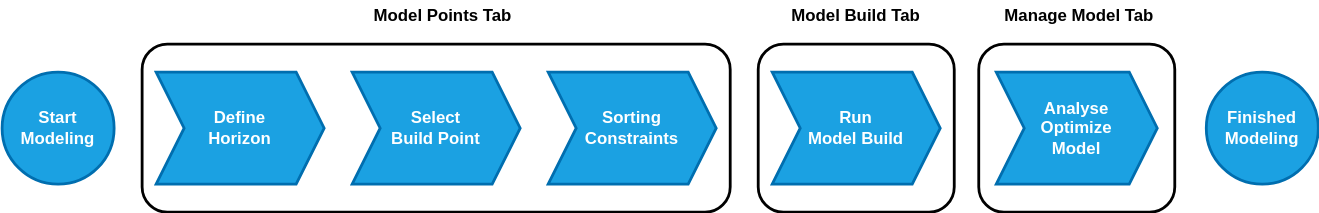
Above: docs/source/modeling/image/workflow.drawio.svg in mworion/MountWizzard4 (draw.io), before the change. Source tidied: cells renumbered, new cells last; positions are measured from the earlier drawing's top-left corner, leaving out a move shared by most shapes.
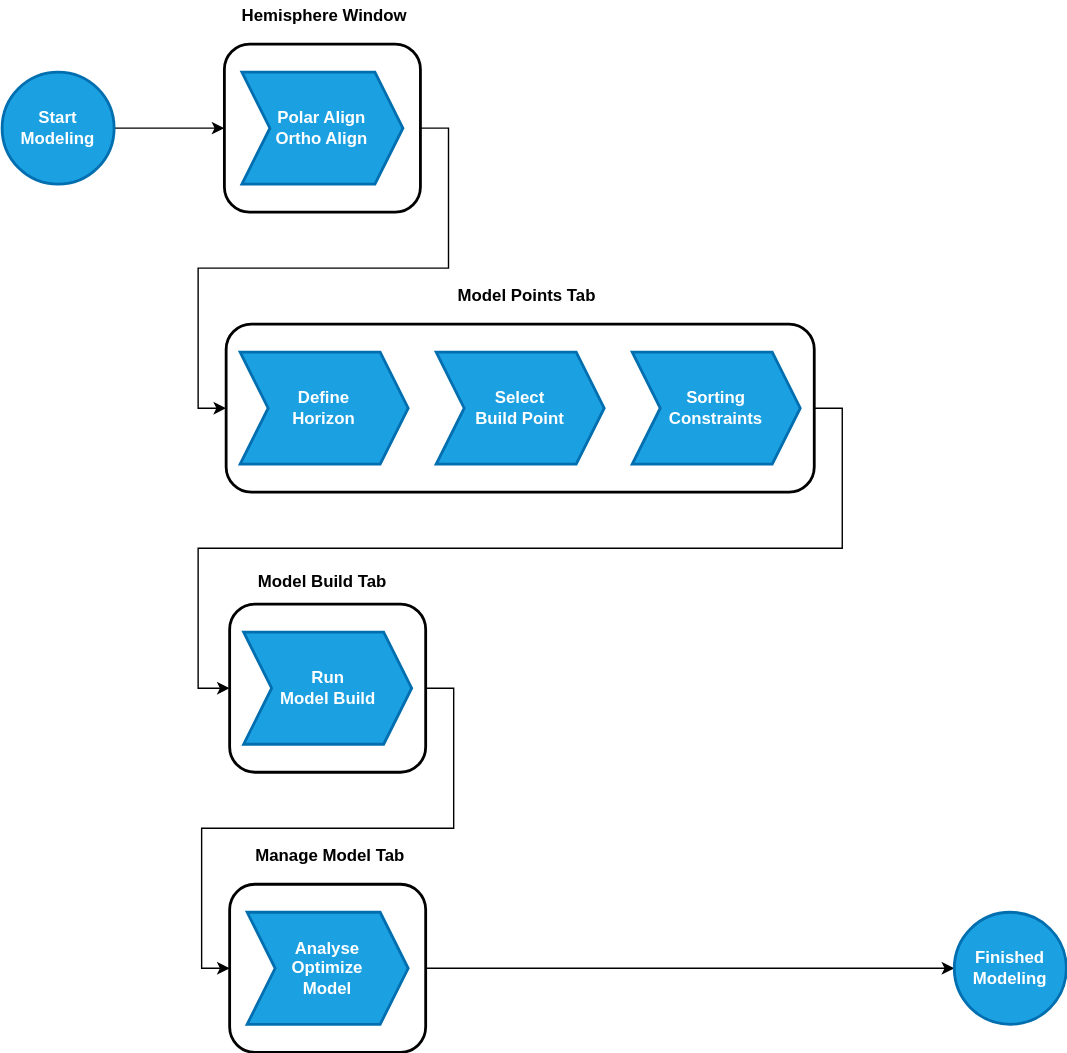
The same diagram one commit later.

Commit message:
adding information on polar alignment

The edit, as a diff of the source:
```diff
@@ -2,44 +2,68 @@
   <root>
     <mxCell id="0" />
     <mxCell id="1" parent="0" />
+    <mxCell id="15" style="edgeStyle=orthogonalEdgeStyle;rounded=0;jettySize=auto;html=1;exitX=1;exitY=0.5;exitDx=0;exitDy=0;entryX=0;entryY=0.5;entryDx=0;entryDy=0;" parent="1" edge="1" source="2" target="11">
+      <mxGeometry relative="1" as="geometry" />
+    </mxCell>
     <mxCell id="2" style="rounded=1;whiteSpace=wrap;html=1;fillColor=none;fontStyle=1;strokeWidth=2;" parent="1" vertex="1">
-      <mxGeometry x="697.5" y="30" width="140" height="120" as="geometry" />
+      <mxGeometry x="162.5" y="450" width="140" height="120" as="geometry" />
     </mxCell>
+    <mxCell id="16" style="edgeStyle=orthogonalEdgeStyle;rounded=0;jettySize=auto;html=1;exitX=1;exitY=0.5;exitDx=0;exitDy=0;entryX=0;entryY=0.5;entryDx=0;entryDy=0;" parent="1" edge="1" source="3" target="2">
+      <mxGeometry relative="1" as="geometry" />
+    </mxCell>
     <mxCell id="3" style="rounded=1;whiteSpace=wrap;html=1;fillColor=none;fontStyle=1;strokeWidth=2;" parent="1" vertex="1">
-      <mxGeometry x="540" y="30" width="140" height="120" as="geometry" />
+      <mxGeometry x="162.5" y="250" width="140" height="120" as="geometry" />
     </mxCell>
+    <mxCell id="17" style="edgeStyle=orthogonalEdgeStyle;rounded=0;jettySize=auto;html=1;exitX=1;exitY=0.5;exitDx=0;exitDy=0;entryX=0;entryY=0.5;entryDx=0;entryDy=0;" parent="1" edge="1" source="4" target="3">
+      <mxGeometry relative="1" as="geometry" />
+    </mxCell>
     <mxCell id="4" style="rounded=1;whiteSpace=wrap;html=1;fillColor=none;fontStyle=1;strokeWidth=2;" parent="1" vertex="1">
-      <mxGeometry x="100" y="30" width="420" height="120" as="geometry" />
+      <mxGeometry x="160" y="50" width="420" height="120" as="geometry" />
     </mxCell>
+    <mxCell id="18" style="edgeStyle=orthogonalEdgeStyle;rounded=0;jettySize=auto;html=1;exitX=1;exitY=0.5;exitDx=0;exitDy=0;entryX=0;entryY=0.5;entryDx=0;entryDy=0;" parent="1" edge="1" source="5" target="20">
+      <mxGeometry relative="1" as="geometry" />
+    </mxCell>
     <mxCell id="5" value="Start&lt;br&gt;Modeling" style="ellipse;whiteSpace=wrap;html=1;fontStyle=1;strokeWidth=2;fillColor=#1ba1e2;strokeColor=#006EAF;fontColor=#ffffff;" parent="1" vertex="1">
-      <mxGeometry y="50" width="80" height="80" as="geometry" />
+      <mxGeometry y="-130" width="80" height="80" as="geometry" />
     </mxCell>
     <mxCell id="6" value="Select &lt;br&gt;Build Point" style="shape=step;perimeter=stepPerimeter;whiteSpace=wrap;html=1;fixedSize=1;fontStyle=1;strokeWidth=2;fillColor=#1ba1e2;strokeColor=#006EAF;fontColor=#ffffff;" parent="1" vertex="1">
-      <mxGeometry x="250" y="50" width="120" height="80" as="geometry" />
+      <mxGeometry x="310" y="70" width="120" height="80" as="geometry" />
     </mxCell>
     <mxCell id="7" value="Define&lt;br&gt;Horizon&lt;br&gt;" style="shape=step;perimeter=stepPerimeter;whiteSpace=wrap;html=1;fixedSize=1;fontStyle=1;strokeWidth=2;fillColor=#1ba1e2;strokeColor=#006EAF;fontColor=#ffffff;" parent="1" vertex="1">
-      <mxGeometry x="110" y="50" width="120" height="80" as="geometry" />
+      <mxGeometry x="170" y="70" width="120" height="80" as="geometry" />
     </mxCell>
     <mxCell id="8" value="Sorting&lt;br&gt;Constraints" style="shape=step;perimeter=stepPerimeter;whiteSpace=wrap;html=1;fixedSize=1;fontStyle=1;strokeWidth=2;fillColor=#1ba1e2;strokeColor=#006EAF;fontColor=#ffffff;" parent="1" vertex="1">
-      <mxGeometry x="390" y="50" width="120" height="80" as="geometry" />
+      <mxGeometry x="450" y="70" width="120" height="80" as="geometry" />
     </mxCell>
     <mxCell id="9" value="Run&lt;br&gt;Model Build" style="shape=step;perimeter=stepPerimeter;whiteSpace=wrap;html=1;fixedSize=1;fontStyle=1;strokeWidth=2;fillColor=#1ba1e2;strokeColor=#006EAF;fontColor=#ffffff;" parent="1" vertex="1">
-      <mxGeometry x="550" y="50" width="120" height="80" as="geometry" />
+      <mxGeometry x="172.5" y="270" width="120" height="80" as="geometry" />
     </mxCell>
     <mxCell id="10" value="Analyse&lt;br&gt;Optimize&lt;br&gt;Model" style="shape=step;perimeter=stepPerimeter;whiteSpace=wrap;html=1;fixedSize=1;fontStyle=1;strokeWidth=2;fillColor=#1ba1e2;strokeColor=#006EAF;fontColor=#ffffff;" parent="1" vertex="1">
-      <mxGeometry x="710" y="50" width="115" height="80" as="geometry" />
+      <mxGeometry x="175" y="470" width="115" height="80" as="geometry" />
     </mxCell>
     <mxCell id="11" value="Finished Modeling" style="ellipse;whiteSpace=wrap;html=1;fontStyle=1;strokeWidth=2;fillColor=#1ba1e2;strokeColor=#006EAF;fontColor=#ffffff;" parent="1" vertex="1">
-      <mxGeometry x="860" y="50" width="80" height="80" as="geometry" />
+      <mxGeometry x="680" y="470" width="80" height="80" as="geometry" />
     </mxCell>
     <mxCell id="12" value="Model Points Tab" style="text;html=1;strokeColor=none;fillColor=none;align=center;verticalAlign=middle;whiteSpace=wrap;rounded=0;fontStyle=1;strokeWidth=2;" parent="1" vertex="1">
-      <mxGeometry x="110" width="410" height="20" as="geometry" />
+      <mxGeometry x="170" y="20" width="410" height="20" as="geometry" />
     </mxCell>
     <mxCell id="13" value="Model Build Tab" style="text;html=1;strokeColor=none;fillColor=none;align=center;verticalAlign=middle;whiteSpace=wrap;rounded=0;fontStyle=1;strokeWidth=2;" parent="1" vertex="1">
-      <mxGeometry x="540" width="140" height="20" as="geometry" />
+      <mxGeometry x="158.8" y="224" width="140" height="20" as="geometry" />
     </mxCell>
     <mxCell id="14" value="Manage Model Tab" style="text;html=1;strokeColor=none;fillColor=none;align=center;verticalAlign=middle;whiteSpace=wrap;rounded=0;fontStyle=1;strokeWidth=2;" parent="1" vertex="1">
-      <mxGeometry x="697.5" width="142.5" height="20" as="geometry" />
+      <mxGeometry x="162.5" y="420" width="142.5" height="20" as="geometry" />
     </mxCell>
+    <mxCell id="19" style="edgeStyle=orthogonalEdgeStyle;rounded=0;jettySize=auto;html=1;exitX=1;exitY=0.5;exitDx=0;exitDy=0;entryX=0;entryY=0.5;entryDx=0;entryDy=0;" parent="1" edge="1" source="20" target="4">
+      <mxGeometry relative="1" as="geometry" />
+    </mxCell>
+    <mxCell id="20" style="rounded=1;whiteSpace=wrap;html=1;fillColor=none;fontStyle=1;strokeWidth=2;" parent="1" vertex="1">
+      <mxGeometry x="158.8" y="-150" width="140" height="120" as="geometry" />
+    </mxCell>
+    <mxCell id="21" value="Polar Align&lt;br&gt;Ortho Align" style="shape=step;perimeter=stepPerimeter;whiteSpace=wrap;html=1;fixedSize=1;fontStyle=1;strokeWidth=2;fillColor=#1ba1e2;strokeColor=#006EAF;fontColor=#ffffff;" parent="1" vertex="1">
+      <mxGeometry x="171.2" y="-130" width="115" height="80" as="geometry" />
+    </mxCell>
+    <mxCell id="22" value="Hemisphere Window" style="text;html=1;strokeColor=none;fillColor=none;align=center;verticalAlign=middle;whiteSpace=wrap;rounded=0;fontStyle=1;strokeWidth=2;" parent="1" vertex="1">
+      <mxGeometry x="158.8" y="-180" width="142.5" height="20" as="geometry" />
+    </mxCell>
   </root>
 </mxGraphModel>
```
